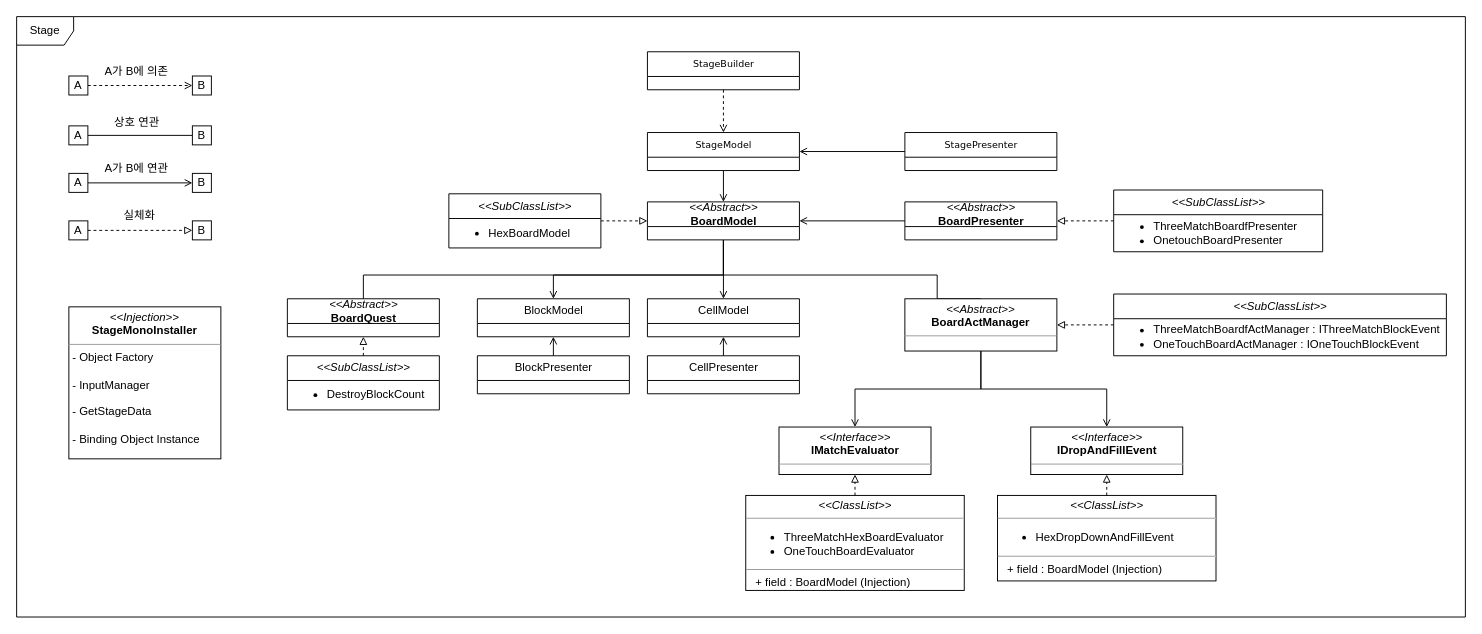
The draw.io diagram UML/CubicPuzzle.drawio in hns17/Sample_CubicPuzzle, before the edit. Source tidied: cells renumbered, new cells numbered last; positions are measured from the earlier drawing's top-left corner, leaving out a move shared by most shapes. Both pictures are drawn from the tidied source at 95%, with x=0, y=0 at pixel (16, 16).
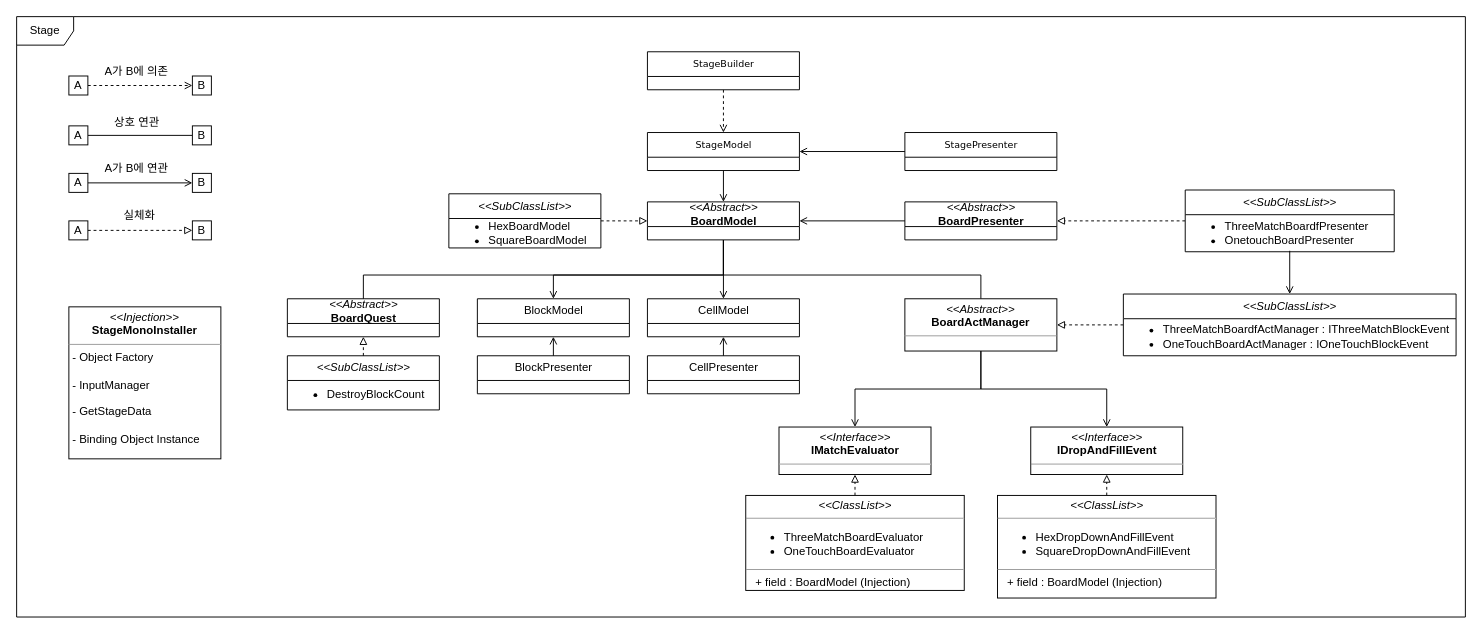
After the change.

The change refers to these unchanged cells:
```xml
<mxCell id="38" value="&lt;p style=&quot;margin:0px;margin-top:4px;text-align:center;&quot;&gt;&lt;i&gt;&amp;lt;&amp;lt;Abstract&amp;gt;&amp;gt;&lt;/i&gt;&lt;br&gt;&lt;b&gt;BoardActManager&lt;/b&gt;&lt;/p&gt;&lt;hr size=&quot;1&quot;&gt;&lt;p style=&quot;margin:0px;margin-left:4px;&quot;&gt;&lt;br&gt;&lt;/p&gt;" style="verticalAlign=top;align=left;overflow=fill;fontSize=12;fontFamily=Helvetica;html=1;rounded=0;shadow=0;comic=0;labelBackgroundColor=none;strokeWidth=1;" parent="1" vertex="1">
  <mxGeometry x="935" y="297" width="160" height="55" as="geometry" />
</mxCell>
<mxCell id="45" value="&lt;i style=&quot;font-family: Helvetica; font-size: 12px;&quot;&gt;&amp;lt;&amp;lt;Abstract&amp;gt;&amp;gt;&lt;/i&gt;&lt;br style=&quot;font-family: Helvetica; font-size: 12px;&quot;&gt;&lt;font face=&quot;Helvetica&quot;&gt;&lt;span style=&quot;font-size: 12px;&quot;&gt;&lt;b&gt;BoardModel&lt;/b&gt;&lt;/span&gt;&lt;/font&gt;" style="swimlane;html=1;fontStyle=0;horizontal=1;startSize=26;fillColor=none;swimlaneFillColor=#ffffff;rounded=0;shadow=0;comic=0;labelBackgroundColor=none;strokeWidth=1;fontFamily=Verdana;fontSize=10;align=center;" parent="1" vertex="1">
  <mxGeometry x="664" y="195" width="160" height="40" as="geometry" />
</mxCell>
<mxCell id="49" value="&lt;i style=&quot;font-family: Helvetica; font-size: 12px;&quot;&gt;&amp;lt;&amp;lt;SubClassList&amp;gt;&amp;gt;&lt;/i&gt;" style="swimlane;html=1;fontStyle=0;horizontal=1;startSize=26;fillColor=none;swimlaneFillColor=#ffffff;rounded=0;shadow=0;comic=0;labelBackgroundColor=none;strokeWidth=1;fontFamily=Verdana;fontSize=10;align=center;" parent="1" vertex="1">
  <mxGeometry x="455" y="186.5" width="160" height="57" as="geometry" />
</mxCell>
<mxCell id="53" value="&lt;ul&gt;&lt;li&gt;ThreeMatchBoardfPresenter&lt;/li&gt;&lt;li&gt;OnetouchBoardPresenter&lt;/li&gt;&lt;/ul&gt;" style="text;html=1;strokeColor=none;fillColor=none;align=left;verticalAlign=middle;whiteSpace=wrap;rounded=0;" parent="52" vertex="1">
  <mxGeometry y="26" width="220" height="38" as="geometry" />
</mxCell>
```

Diff of the diagram source:
```diff
@@
     <mxCell id="7" style="edgeStyle=orthogonalEdgeStyle;rounded=0;jettySize=auto;html=1;exitX=0.5;exitY=1;exitDx=0;exitDy=0;entryX=0.5;entryY=0;entryDx=0;entryDy=0;startArrow=none;startFill=0;endArrow=none;endFill=0;strokeColor=default;" parent="1" edge="1" source="45" target="38">
       <mxGeometry relative="1" as="geometry">
         <Array as="points">
           <mxPoint x="744" y="272" />
-          <mxPoint x="969" y="272" />
+          <mxPoint x="1015" y="272" />
         </Array>
       </mxGeometry>
     </mxCell>
@@
-    <mxCell id="50" value="&lt;ul&gt;&lt;li&gt;HexBoardModel&lt;/li&gt;&lt;/ul&gt;" style="text;html=1;strokeColor=none;fillColor=none;align=left;verticalAlign=middle;whiteSpace=wrap;rounded=0;" parent="49" vertex="1">
+    <mxCell id="50" value="&lt;ul&gt;&lt;li&gt;HexBoardModel&lt;/li&gt;&lt;li&gt;SquareBoardModel&lt;/li&gt;&lt;/ul&gt;" style="text;html=1;strokeColor=none;fillColor=none;align=left;verticalAlign=middle;whiteSpace=wrap;rounded=0;" parent="49" vertex="1">
       <mxGeometry y="26" width="160" height="30" as="geometry" />
     </mxCell>
@@
     <mxCell id="52" value="&lt;i style=&quot;font-family: Helvetica; font-size: 12px;&quot;&gt;&amp;lt;&amp;lt;SubClassList&amp;gt;&amp;gt;&lt;/i&gt;" style="swimlane;html=1;fontStyle=0;horizontal=1;startSize=26;fillColor=none;swimlaneFillColor=#ffffff;rounded=0;shadow=0;comic=0;labelBackgroundColor=none;strokeWidth=1;fontFamily=Verdana;fontSize=10;align=center;" parent="1" vertex="1">
-      <mxGeometry x="1154.8" y="182.5" width="220" height="65" as="geometry" />
+      <mxGeometry x="1230.1" y="182.5" width="220" height="65" as="geometry" />
     </mxCell>
@@
     <mxCell id="55" value="&lt;i style=&quot;font-family: Helvetica; font-size: 12px;&quot;&gt;&amp;lt;&amp;lt;SubClassList&amp;gt;&amp;gt;&lt;/i&gt;" style="swimlane;html=1;fontStyle=0;horizontal=1;startSize=26;fillColor=none;swimlaneFillColor=#ffffff;rounded=0;shadow=0;comic=0;labelBackgroundColor=none;strokeWidth=1;fontFamily=Verdana;fontSize=10;align=center;" parent="1" vertex="1">
-      <mxGeometry x="1154.8" y="292" width="350.2" height="65" as="geometry" />
+      <mxGeometry x="1165" y="292" width="350.2" height="65" as="geometry" />
     </mxCell>
@@
-    <mxCell id="57" value="&lt;p style=&quot;margin:0px;margin-top:4px;text-align:center;&quot;&gt;&lt;i&gt;&amp;lt;&amp;lt;ClassList&amp;gt;&amp;gt;&lt;/i&gt;&lt;/p&gt;&lt;hr size=&quot;1&quot;&gt;&lt;p style=&quot;margin:0px;margin-left:4px;&quot;&gt;&lt;/p&gt;&lt;ul&gt;&lt;li&gt;ThreeMatchHexBoardEvaluator&lt;/li&gt;&lt;li&gt;OneTouchBoardEvaluator&lt;/li&gt;&lt;/ul&gt;&lt;p&gt;&lt;/p&gt;&lt;hr size=&quot;1&quot;&gt;&lt;p style=&quot;margin:0px;margin-left:4px;&quot;&gt;&lt;/p&gt;&amp;nbsp; &amp;nbsp;+ field : BoardModel (Injection)&lt;br&gt;&lt;p&gt;&lt;/p&gt;" style="verticalAlign=top;align=left;overflow=fill;fontSize=12;fontFamily=Helvetica;html=1;" parent="1" vertex="1">
+    <mxCell id="57" value="&lt;p style=&quot;margin:0px;margin-top:4px;text-align:center;&quot;&gt;&lt;i&gt;&amp;lt;&amp;lt;ClassList&amp;gt;&amp;gt;&lt;/i&gt;&lt;/p&gt;&lt;hr size=&quot;1&quot;&gt;&lt;p style=&quot;margin:0px;margin-left:4px;&quot;&gt;&lt;/p&gt;&lt;ul&gt;&lt;li&gt;ThreeMatchBoardEvaluator&lt;/li&gt;&lt;li&gt;OneTouchBoardEvaluator&lt;/li&gt;&lt;/ul&gt;&lt;p&gt;&lt;/p&gt;&lt;hr size=&quot;1&quot;&gt;&lt;p style=&quot;margin:0px;margin-left:4px;&quot;&gt;&lt;/p&gt;&amp;nbsp; &amp;nbsp;+ field : BoardModel (Injection)&lt;br&gt;&lt;p&gt;&lt;/p&gt;" style="verticalAlign=top;align=left;overflow=fill;fontSize=12;fontFamily=Helvetica;html=1;" parent="1" vertex="1">
       <mxGeometry x="767.5" y="504" width="230" height="100" as="geometry" />
     </mxCell>
-    <mxCell id="58" value="&lt;p style=&quot;margin:0px;margin-top:4px;text-align:center;&quot;&gt;&lt;i&gt;&amp;lt;&amp;lt;ClassList&amp;gt;&amp;gt;&lt;/i&gt;&lt;/p&gt;&lt;hr size=&quot;1&quot;&gt;&lt;p style=&quot;margin:0px;margin-left:4px;&quot;&gt;&lt;/p&gt;&lt;ul&gt;&lt;li&gt;HexDropDownAndFillEvent&lt;br&gt;&lt;/li&gt;&lt;/ul&gt;&lt;p&gt;&lt;/p&gt;&lt;hr size=&quot;1&quot;&gt;&lt;p style=&quot;margin:0px;margin-left:4px;&quot;&gt;&lt;/p&gt;&amp;nbsp; &amp;nbsp;+ field : BoardModel (Injection)&lt;br&gt;&lt;p&gt;&lt;/p&gt;" style="verticalAlign=top;align=left;overflow=fill;fontSize=12;fontFamily=Helvetica;html=1;" parent="1" vertex="1">
-      <mxGeometry x="1032.5" y="504" width="230" height="90" as="geometry" />
+    <mxCell id="58" value="&lt;p style=&quot;margin:0px;margin-top:4px;text-align:center;&quot;&gt;&lt;i&gt;&amp;lt;&amp;lt;ClassList&amp;gt;&amp;gt;&lt;/i&gt;&lt;/p&gt;&lt;hr size=&quot;1&quot;&gt;&lt;p style=&quot;margin:0px;margin-left:4px;&quot;&gt;&lt;/p&gt;&lt;ul&gt;&lt;li&gt;HexDropDownAndFillEvent&lt;br&gt;&lt;/li&gt;&lt;li&gt;SquareDropDownAndFillEvent&lt;/li&gt;&lt;/ul&gt;&lt;p&gt;&lt;/p&gt;&lt;hr size=&quot;1&quot;&gt;&lt;p style=&quot;margin:0px;margin-left:4px;&quot;&gt;&lt;/p&gt;&amp;nbsp; &amp;nbsp;+ field : BoardModel (Injection)&lt;br&gt;&lt;p&gt;&lt;/p&gt;" style="verticalAlign=top;align=left;overflow=fill;fontSize=12;fontFamily=Helvetica;html=1;" parent="1" vertex="1">
+      <mxGeometry x="1032.5" y="504" width="230" height="108" as="geometry" />
     </mxCell>
@@
+    <mxCell id="61" style="edgeStyle=orthogonalEdgeStyle;rounded=0;jettySize=auto;html=1;exitX=0.5;exitY=1;exitDx=0;exitDy=0;entryX=0.5;entryY=0;entryDx=0;entryDy=0;endArrow=open;endFill=0;" parent="1" edge="1" source="53" target="55">
+      <mxGeometry relative="1" as="geometry" />
+    </mxCell>
```
